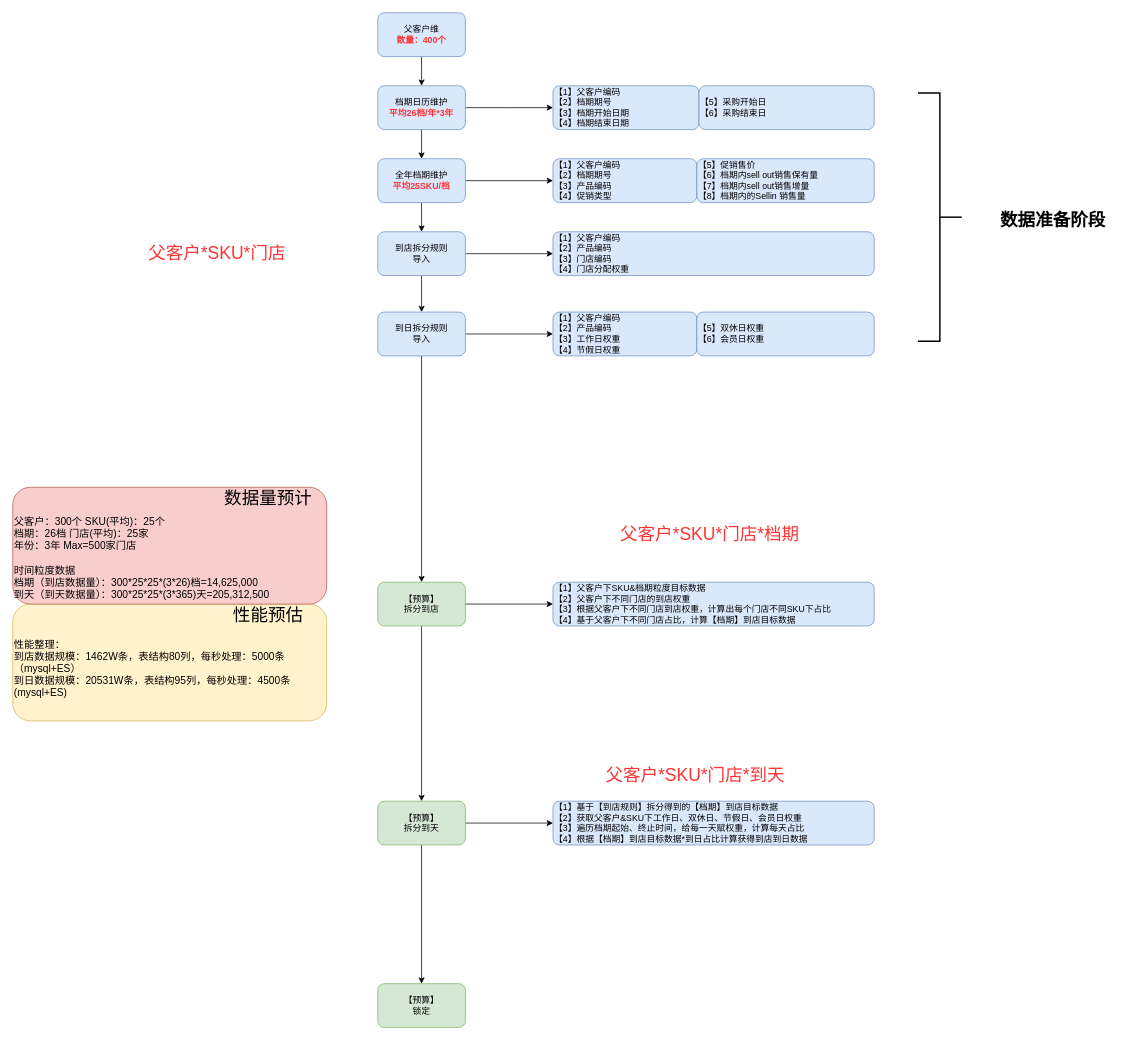
Earlier version of the draw.io diagram KA核心流程复盘.drawio (18857545022/-). Source tidied: cells renumbered, new cells numbered last; positions are measured from the earlier drawing's top-left corner, leaving out a move shared by most shapes. Both pictures are drawn from the tidied source at 73%, with x=0, y=0 at pixel (12, 12).
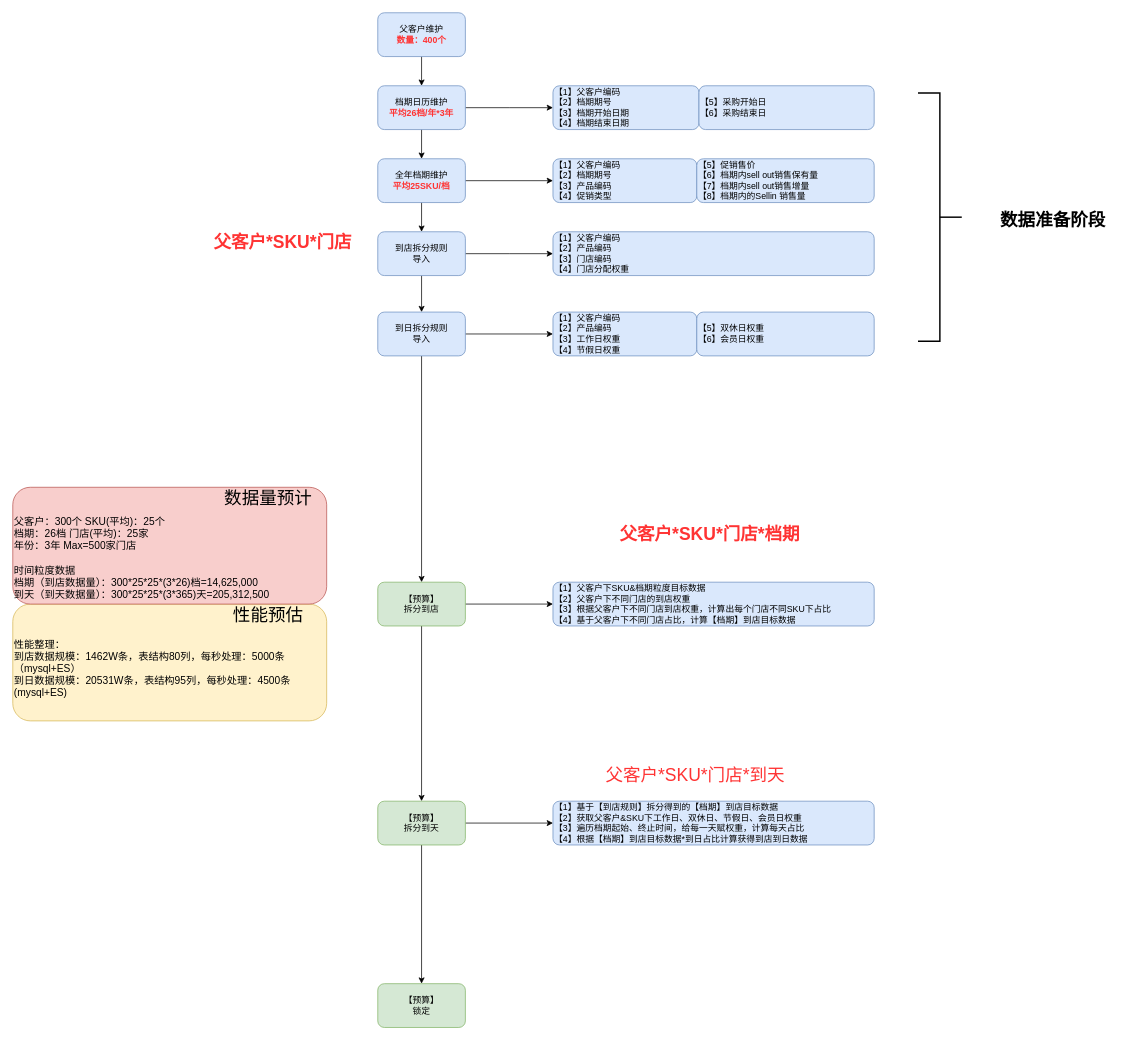
The same page after the edit.

Commit message:
更新KA核心流程复盘.drawio

Change to the diagram source:
```diff
@@
-    <mxCell id="37" value="父客户维&lt;br&gt;&lt;b&gt;&lt;font color=&quot;#ff3333&quot;&gt;数量：400个&lt;/font&gt;&lt;/b&gt;" style="rounded=1;whiteSpace=wrap;html=1;fillColor=#dae8fc;strokeColor=#6c8ebf;" parent="1" vertex="1">
+    <mxCell id="37" value="父客户维护&lt;br&gt;&lt;b&gt;&lt;font color=&quot;#ff3333&quot;&gt;数量：400个&lt;/font&gt;&lt;/b&gt;" style="rounded=1;whiteSpace=wrap;html=1;fillColor=#dae8fc;strokeColor=#6c8ebf;" parent="1" vertex="1">
       <mxGeometry x="500" width="120" height="60" as="geometry" />
     </mxCell>
-    <mxCell id="38" value="父客户*SKU*门店" style="text;html=1;strokeColor=none;fillColor=none;align=center;verticalAlign=middle;whiteSpace=wrap;rounded=0;fontSize=24;fontColor=#FF3333;" parent="1" vertex="1">
-      <mxGeometry x="160" y="315" width="240" height="30" as="geometry" />
+    <mxCell id="38" value="父客户*SKU*门店" style="text;html=1;strokeColor=none;fillColor=none;align=center;verticalAlign=middle;whiteSpace=wrap;rounded=0;fontSize=24;fontColor=#FF3333;fontStyle=1;" parent="1" vertex="1">
+      <mxGeometry x="250" y="300" width="240" height="30" as="geometry" />
     </mxCell>
-    <mxCell id="39" value="父客户*SKU*门店*档期" style="text;html=1;strokeColor=none;fillColor=none;align=center;verticalAlign=middle;whiteSpace=wrap;rounded=0;fontSize=24;fontColor=#FF3333;" parent="1" vertex="1">
+    <mxCell id="39" value="父客户*SKU*门店*档期" style="text;html=1;strokeColor=none;fillColor=none;align=center;verticalAlign=middle;whiteSpace=wrap;rounded=0;fontSize=24;fontColor=#FF3333;fontStyle=1;" parent="1" vertex="1">
       <mxGeometry x="760" y="700" width="390" height="30" as="geometry" />
     </mxCell>
```
